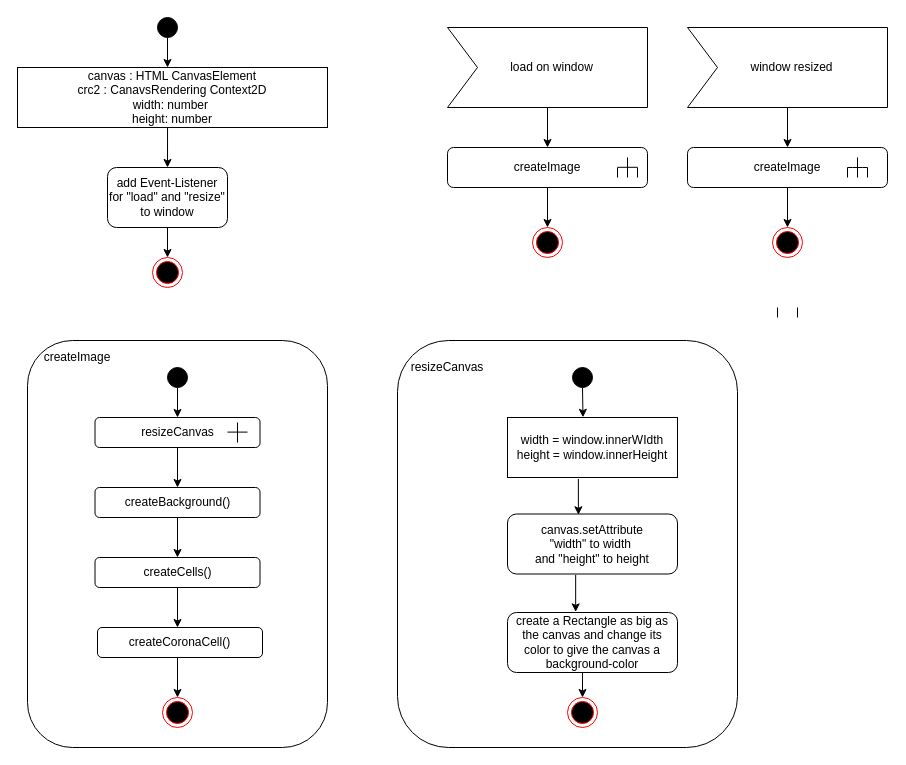
The draw.io diagram L08_Canvas/L08_Activity_Diagram.drawio in KohlerAl/EIA2, before the edit. Source tidied: cells renumbered, new cells numbered last; positions are measured from the earlier drawing's top-left corner, leaving out a move shared by most shapes. Both pictures are drawn from the tidied source at 100%, with x=0, y=0 at pixel (17, 17).
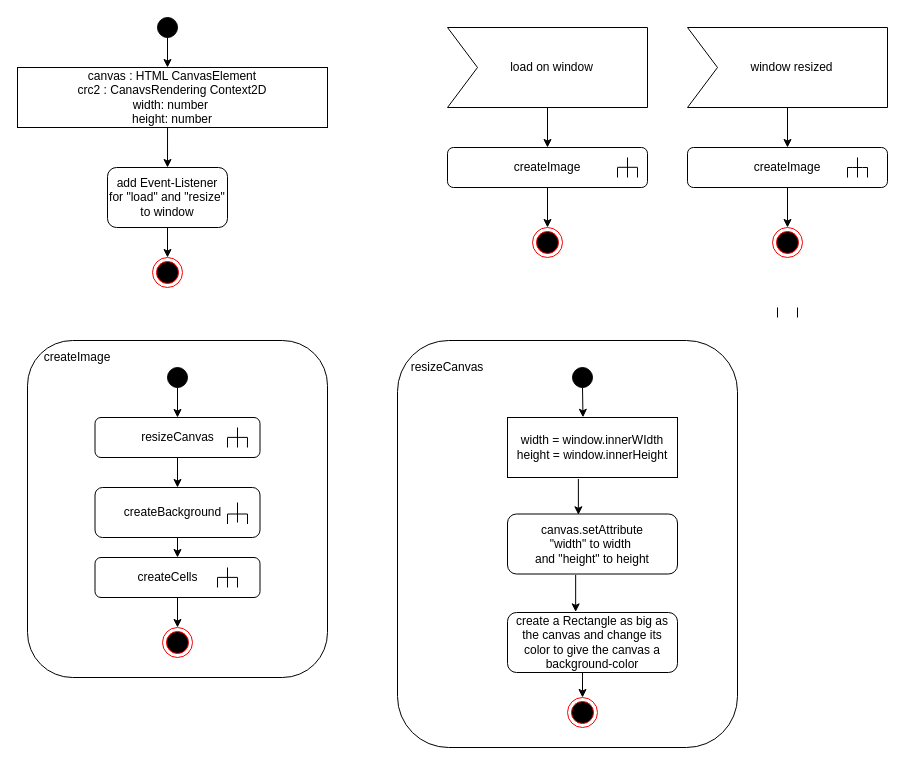
The same page after the edit.

What changed in the source:
```diff
@@
     <mxCell id="9" style="rounded=1;whiteSpace=wrap;html=1;fillColor=#FFFFFF;" parent="1" vertex="1">
-      <mxGeometry x="10" y="323" width="300" height="407" as="geometry" />
+      <mxGeometry x="10" y="323" width="300" height="337" as="geometry" />
     </mxCell>
@@
     <mxCell id="12" value="resizeCanvas" style="rounded=1;whiteSpace=wrap;html=1;fillColor=#FFFFFF;" parent="1" vertex="1">
-      <mxGeometry x="77.5" y="400" width="165" height="30" as="geometry" />
+      <mxGeometry x="77.5" y="400" width="165" height="40" as="geometry" />
     </mxCell>
-    <mxCell id="13" value="createBackground()" style="rounded=1;whiteSpace=wrap;html=1;fillColor=#FFFFFF;" parent="1" vertex="1">
-      <mxGeometry x="77.5" y="470" width="165" height="30" as="geometry" />
+    <mxCell id="13" value="createBackground&amp;nbsp; &amp;nbsp;" style="rounded=1;whiteSpace=wrap;html=1;fillColor=#FFFFFF;" parent="1" vertex="1">
+      <mxGeometry x="77.5" y="470" width="165" height="50" as="geometry" />
     </mxCell>
-    <mxCell id="14" value="createCells()" style="rounded=1;whiteSpace=wrap;html=1;fillColor=#FFFFFF;" parent="1" vertex="1">
-      <mxGeometry x="77.5" y="540" width="165" height="30" as="geometry" />
+    <mxCell id="14" value="createCells&amp;nbsp; &amp;nbsp; &amp;nbsp;&amp;nbsp;" style="rounded=1;whiteSpace=wrap;html=1;fillColor=#FFFFFF;" parent="1" vertex="1">
+      <mxGeometry x="77.5" y="540" width="165" height="40" as="geometry" />
     </mxCell>
-    <mxCell id="15" value="createCoronaCell()" style="rounded=1;whiteSpace=wrap;html=1;fillColor=#FFFFFF;" parent="1" vertex="1">
-      <mxGeometry x="80" y="610" width="165" height="30" as="geometry" />
-    </mxCell>
     <mxCell id="16" style="ellipse;html=1;shape=endState;fillColor=#000000;strokeColor=#ff0000;" parent="1" vertex="1">
-      <mxGeometry x="145" y="680" width="30" height="30" as="geometry" />
+      <mxGeometry x="145" y="610" width="30" height="30" as="geometry" />
     </mxCell>
@@
-    <mxCell id="21" style="endArrow=classic;html=1;entryX=0.5;entryY=0;entryDx=0;entryDy=0;" parent="1" edge="1" target="16">
-      <mxGeometry relative="1" as="geometry">
-        <mxPoint x="160" y="640" as="sourcePoint" />
-      </mxGeometry>
-    </mxCell>
@@
     <mxCell id="61" style="endArrow=none;html=1;" parent="1" edge="1">
       <mxGeometry relative="1" as="geometry">
-        <mxPoint x="210" y="414.6" as="sourcePoint" />
-        <mxPoint x="230" y="414.6" as="targetPoint" />
+        <mxPoint x="210" y="419.9" as="sourcePoint" />
+        <mxPoint x="230" y="419.9" as="targetPoint" />
       </mxGeometry>
     </mxCell>
     <mxCell id="62" style="endArrow=none;html=1;" parent="1" edge="1">
       <mxGeometry relative="1" as="geometry">
-        <mxPoint x="220" y="425" as="sourcePoint" />
-        <mxPoint x="220" y="405" as="targetPoint" />
+        <mxPoint x="220" y="430" as="sourcePoint" />
+        <mxPoint x="220" y="410" as="targetPoint" />
       </mxGeometry>
     </mxCell>
@@
+    <mxCell id="65" style="endArrow=none;html=1;exitX=0.924;exitY=0.75;exitDx=0;exitDy=0;exitPerimeter=0;" parent="1" edge="1" source="12">
+      <mxGeometry relative="1" as="geometry">
+        <mxPoint x="230" y="420" as="targetPoint" />
+      </mxGeometry>
+    </mxCell>
+    <mxCell id="66" style="endArrow=none;html=1;exitX=0.803;exitY=0.75;exitDx=0;exitDy=0;exitPerimeter=0;" parent="1" edge="1" source="12">
+      <mxGeometry relative="1" as="geometry">
+        <mxPoint x="210" y="420" as="targetPoint" />
+      </mxGeometry>
+    </mxCell>
+    <mxCell id="67" style="endArrow=none;html=1;" parent="1" edge="1">
+      <mxGeometry relative="1" as="geometry">
+        <mxPoint x="220" y="505" as="sourcePoint" />
+        <mxPoint x="220" y="485" as="targetPoint" />
+      </mxGeometry>
+    </mxCell>
+    <mxCell id="68" style="endArrow=none;html=1;" parent="1" edge="1">
+      <mxGeometry relative="1" as="geometry">
+        <mxPoint x="210" y="496.5" as="sourcePoint" />
+        <mxPoint x="230" y="496.5" as="targetPoint" />
+      </mxGeometry>
+    </mxCell>
+    <mxCell id="69" style="endArrow=none;html=1;" parent="1" edge="1">
+      <mxGeometry relative="1" as="geometry">
+        <mxPoint x="230" y="506.5" as="sourcePoint" />
+        <mxPoint x="230" y="496.5" as="targetPoint" />
+      </mxGeometry>
+    </mxCell>
+    <mxCell id="70" style="endArrow=none;html=1;" parent="1" edge="1">
+      <mxGeometry relative="1" as="geometry">
+        <mxPoint x="210" y="506.5" as="sourcePoint" />
+        <mxPoint x="210" y="496.5" as="targetPoint" />
+      </mxGeometry>
+    </mxCell>
+    <mxCell id="71" style="endArrow=none;html=1;" parent="1" edge="1">
+      <mxGeometry relative="1" as="geometry">
+        <mxPoint x="210" y="570" as="sourcePoint" />
+        <mxPoint x="210" y="550" as="targetPoint" />
+      </mxGeometry>
+    </mxCell>
+    <mxCell id="72" style="endArrow=none;html=1;" parent="1" edge="1">
+      <mxGeometry relative="1" as="geometry">
+        <mxPoint x="200" y="559.9" as="sourcePoint" />
+        <mxPoint x="220" y="559.9" as="targetPoint" />
+      </mxGeometry>
+    </mxCell>
+    <mxCell id="73" style="endArrow=none;html=1;" parent="1" edge="1">
+      <mxGeometry relative="1" as="geometry">
+        <mxPoint x="200" y="570" as="sourcePoint" />
+        <mxPoint x="200" y="560" as="targetPoint" />
+      </mxGeometry>
+    </mxCell>
+    <mxCell id="74" style="endArrow=none;html=1;" parent="1" edge="1">
+      <mxGeometry relative="1" as="geometry">
+        <mxPoint x="220" y="570" as="sourcePoint" />
+        <mxPoint x="220" y="560" as="targetPoint" />
+      </mxGeometry>
+    </mxCell>
```
